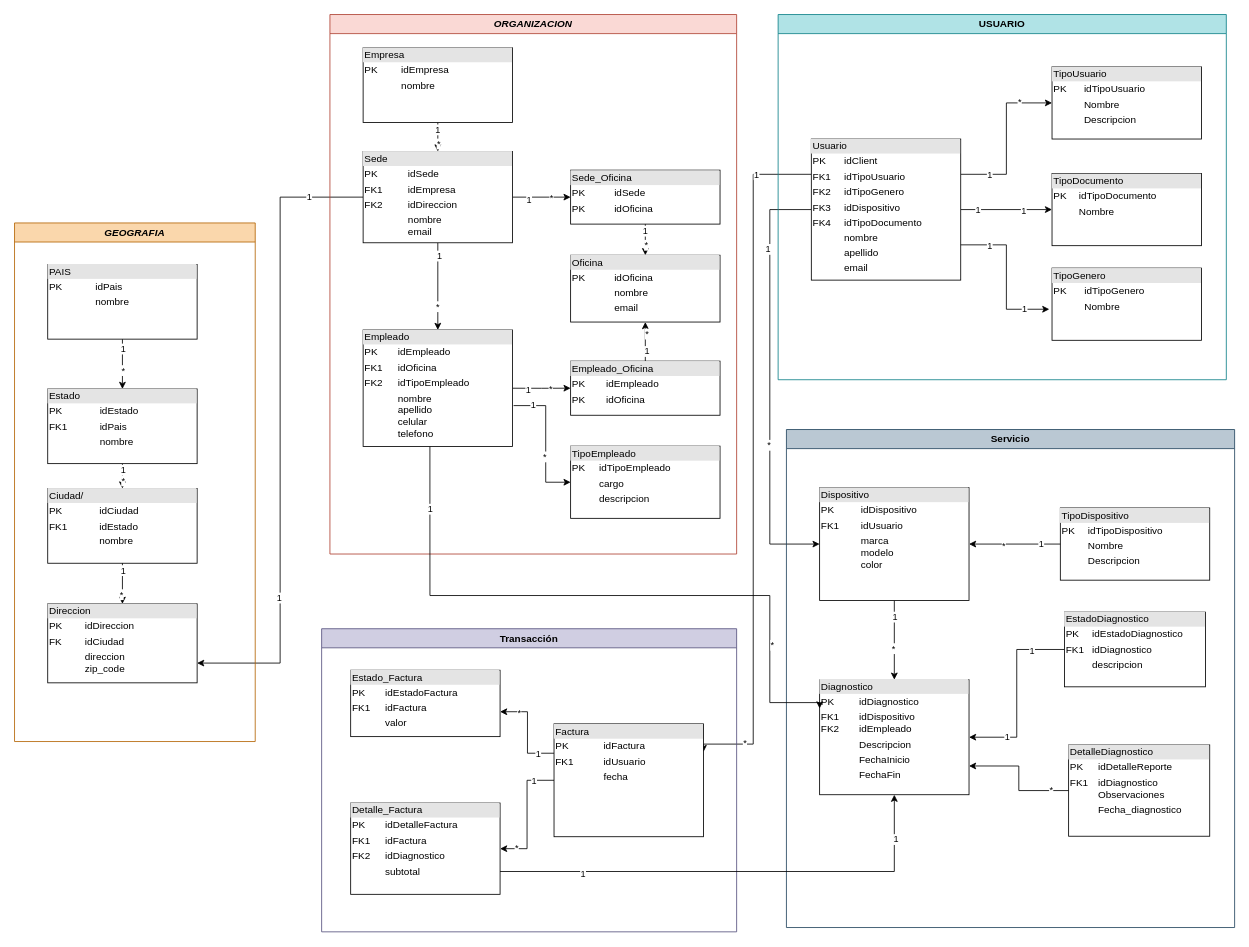
Alejo2304/website_projects keeps this draw.io diagram as projects/tech_support/Tech_support.drawio. Above is the earlier version. Source tidied: cells renumbered, new cells numbered last; positions are measured from the earlier drawing's top-left corner, leaving out a move shared by most shapes. Both pictures are drawn from the tidied source at 83%, with x=0, y=0 at pixel (14, 14).
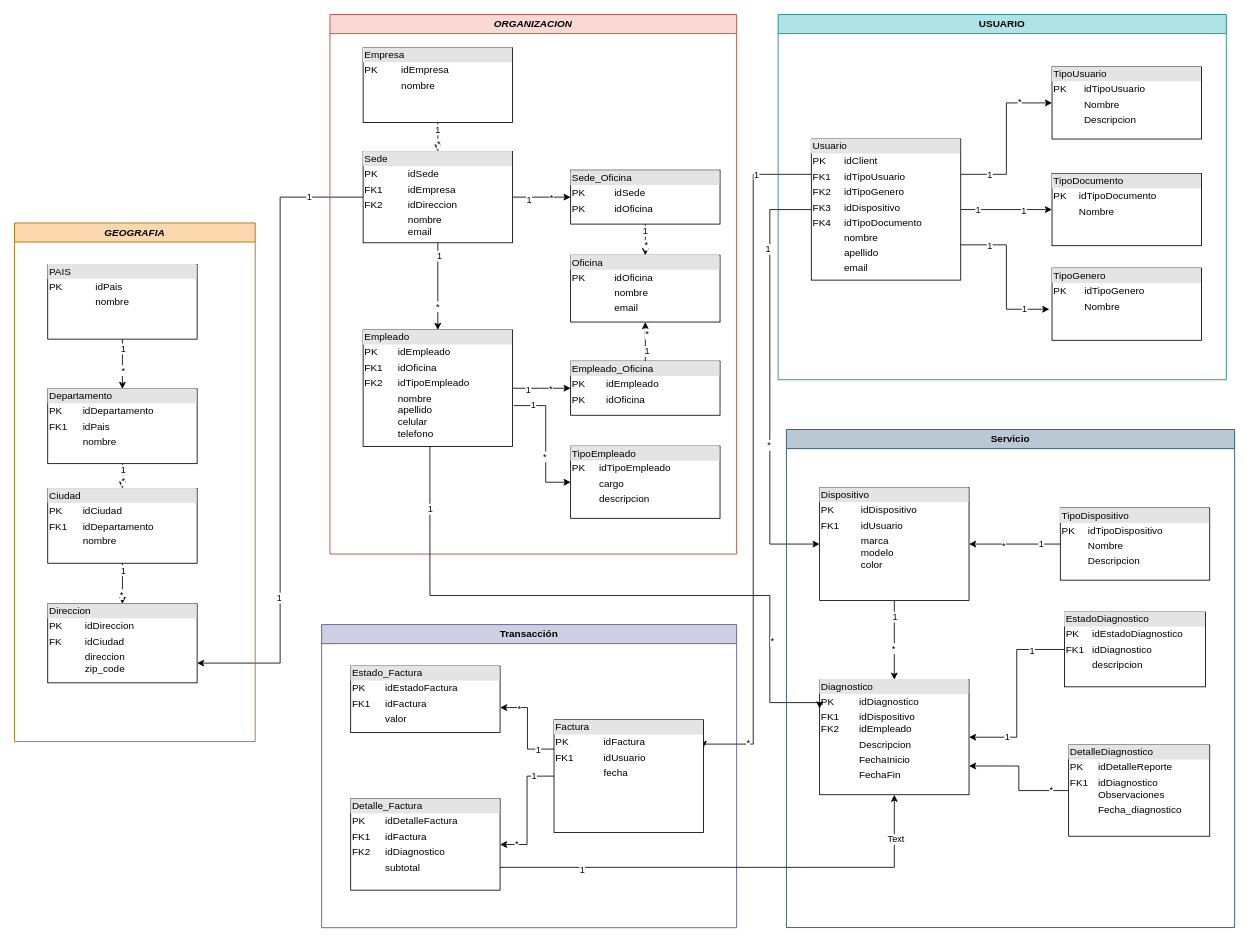
The same diagram, later.

Unchanged cells that the change refers to:
```xml
<mxCell id="36" value="&lt;i&gt;GEOGRAFIA&lt;/i&gt;" style="swimlane;whiteSpace=wrap;html=1;fillColor=#fad7ac;strokeColor=#b46504;" parent="1" vertex="1">
  <mxGeometry y="251.1" width="290" height="624.8" as="geometry" />
</mxCell>
<mxCell id="95" style="edgeStyle=orthogonalEdgeStyle;rounded=0;jettySize=auto;html=1;entryX=0;entryY=0.25;entryDx=0;entryDy=0;exitX=0.447;exitY=1.001;exitDx=0;exitDy=0;exitPerimeter=0;" parent="1" edge="1" source="58" target="79">
  <mxGeometry relative="1" as="geometry">
    <Array as="points">
      <mxPoint x="500" y="700" />
      <mxPoint x="910" y="700" />
      <mxPoint x="910" y="829" />
    </Array>
  </mxGeometry>
</mxCell>
<mxCell id="98" style="edgeStyle=orthogonalEdgeStyle;rounded=0;jettySize=auto;html=1;exitX=1;exitY=0.75;exitDx=0;exitDy=0;entryX=0.5;entryY=1;entryDx=0;entryDy=0;" parent="1" edge="1" source="77" target="79">
  <mxGeometry relative="1" as="geometry" />
</mxCell>
```

Change to the diagram source:
```diff
@@
-    <mxCell id="35" value="&lt;div style=&quot;box-sizing:border-box;width:100%;background:#e4e4e4;padding:2px;&quot;&gt;Estado&lt;/div&gt;&lt;table style=&quot;width:100%;font-size:1em;&quot; cellpadding=&quot;2&quot; cellspacing=&quot;0&quot;&gt;&lt;tbody&gt;&lt;tr&gt;&lt;td&gt;PK&lt;/td&gt;&lt;td&gt;idEstado&lt;/td&gt;&lt;/tr&gt;&lt;tr&gt;&lt;td&gt;FK1&lt;/td&gt;&lt;td&gt;idPais&lt;/td&gt;&lt;/tr&gt;&lt;tr&gt;&lt;td&gt;&lt;/td&gt;&lt;td&gt;nombre&lt;/td&gt;&lt;/tr&gt;&lt;/tbody&gt;&lt;/table&gt;" style="verticalAlign=top;align=left;overflow=fill;html=1;whiteSpace=wrap;" parent="1" vertex="1">
+    <mxCell id="35" value="&lt;div style=&quot;box-sizing:border-box;width:100%;background:#e4e4e4;padding:2px;&quot;&gt;Departamento&lt;/div&gt;&lt;table style=&quot;width:100%;font-size:1em;&quot; cellpadding=&quot;2&quot; cellspacing=&quot;0&quot;&gt;&lt;tbody&gt;&lt;tr&gt;&lt;td&gt;PK&lt;/td&gt;&lt;td&gt;idDepartamento&lt;/td&gt;&lt;/tr&gt;&lt;tr&gt;&lt;td&gt;FK1&lt;/td&gt;&lt;td&gt;idPais&lt;/td&gt;&lt;/tr&gt;&lt;tr&gt;&lt;td&gt;&lt;/td&gt;&lt;td&gt;nombre&lt;/td&gt;&lt;/tr&gt;&lt;/tbody&gt;&lt;/table&gt;" style="verticalAlign=top;align=left;overflow=fill;html=1;whiteSpace=wrap;" parent="1" vertex="1">
       <mxGeometry x="40" y="451.1" width="180" height="90" as="geometry" />
     </mxCell>
@@
-    <mxCell id="37" value="&lt;div style=&quot;box-sizing:border-box;width:100%;background:#e4e4e4;padding:2px;&quot;&gt;Ciudad/&lt;/div&gt;&lt;table style=&quot;width:100%;font-size:1em;&quot; cellpadding=&quot;2&quot; cellspacing=&quot;0&quot;&gt;&lt;tbody&gt;&lt;tr&gt;&lt;td&gt;PK&lt;/td&gt;&lt;td&gt;idCiudad&lt;/td&gt;&lt;/tr&gt;&lt;tr&gt;&lt;td&gt;FK1&lt;/td&gt;&lt;td&gt;idEstado&lt;/td&gt;&lt;/tr&gt;&lt;tr&gt;&lt;td&gt;&lt;/td&gt;&lt;td&gt;nombre&lt;/td&gt;&lt;/tr&gt;&lt;/tbody&gt;&lt;/table&gt;" style="verticalAlign=top;align=left;overflow=fill;html=1;whiteSpace=wrap;" parent="36" vertex="1">
+    <mxCell id="37" value="&lt;div style=&quot;box-sizing:border-box;width:100%;background:#e4e4e4;padding:2px;&quot;&gt;Ciudad&lt;/div&gt;&lt;table style=&quot;width:100%;font-size:1em;&quot; cellpadding=&quot;2&quot; cellspacing=&quot;0&quot;&gt;&lt;tbody&gt;&lt;tr&gt;&lt;td&gt;PK&lt;/td&gt;&lt;td&gt;idCiudad&lt;/td&gt;&lt;/tr&gt;&lt;tr&gt;&lt;td&gt;FK1&lt;/td&gt;&lt;td&gt;idDepartamento&lt;/td&gt;&lt;/tr&gt;&lt;tr&gt;&lt;td&gt;&lt;/td&gt;&lt;td&gt;nombre&lt;/td&gt;&lt;/tr&gt;&lt;/tbody&gt;&lt;/table&gt;" style="verticalAlign=top;align=left;overflow=fill;html=1;whiteSpace=wrap;" parent="36" vertex="1">
       <mxGeometry x="40" y="320" width="180" height="90" as="geometry" />
     </mxCell>
@@
     <mxCell id="68" value="Transacción" style="swimlane;whiteSpace=wrap;html=1;fillColor=#d0cee2;strokeColor=#56517e;" parent="1" vertex="1">
-      <mxGeometry x="370" y="740" width="500" height="365.2" as="geometry" />
+      <mxGeometry x="370" y="735" width="500" height="365.2" as="geometry" />
     </mxCell>
@@
     <mxCell id="97" value="*" style="edgeLabel;html=1;align=center;verticalAlign=middle;" parent="95" vertex="1">
-      <mxGeometry x="0.65" y="2" relative="1" as="geometry" />
+      <mxGeometry x="0.65" y="2" relative="1" as="geometry">
+        <mxPoint y="-5" as="offset" />
+      </mxGeometry>
     </mxCell>
@@
-    <mxCell id="100" value="1" style="edgeLabel;html=1;align=center;verticalAlign=middle;" parent="98" vertex="1">
+    <mxCell id="100" value="Text" style="edgeLabel;html=1;align=center;verticalAlign=middle;" parent="98" vertex="1">
       <mxGeometry x="0.81" y="-1" relative="1" as="geometry" />
     </mxCell>
```
